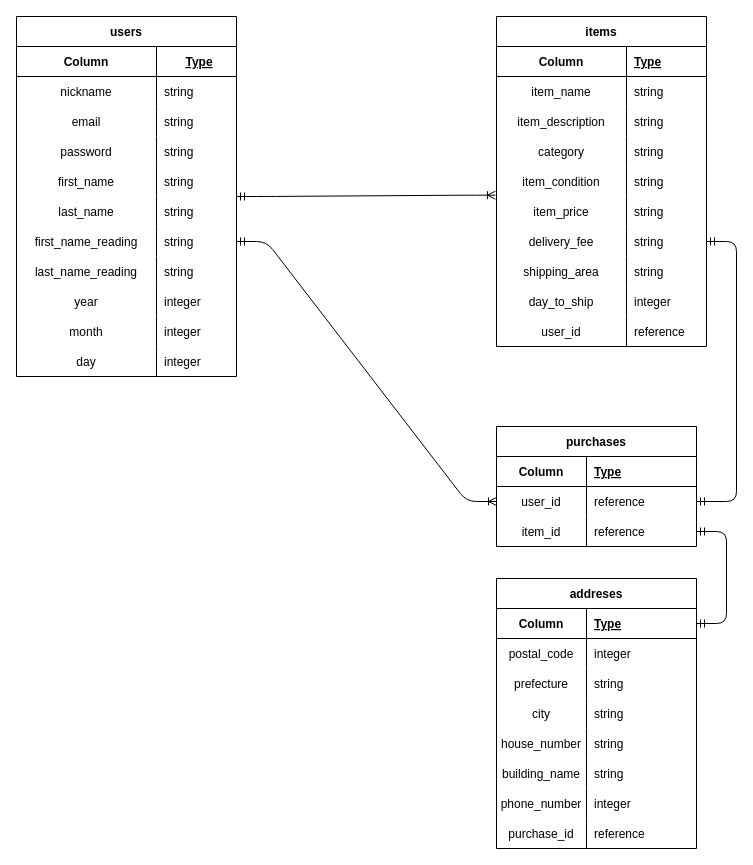
kpen-3104/furima-34565 keeps this draw.io diagram as tables.dio. Above is the earlier version. Source tidied: cells renumbered, new cells numbered last; positions are measured from the earlier drawing's top-left corner, leaving out a move shared by most shapes. Both pictures are drawn from the tidied source at 100%, with x=0, y=0 at pixel (16, 16).
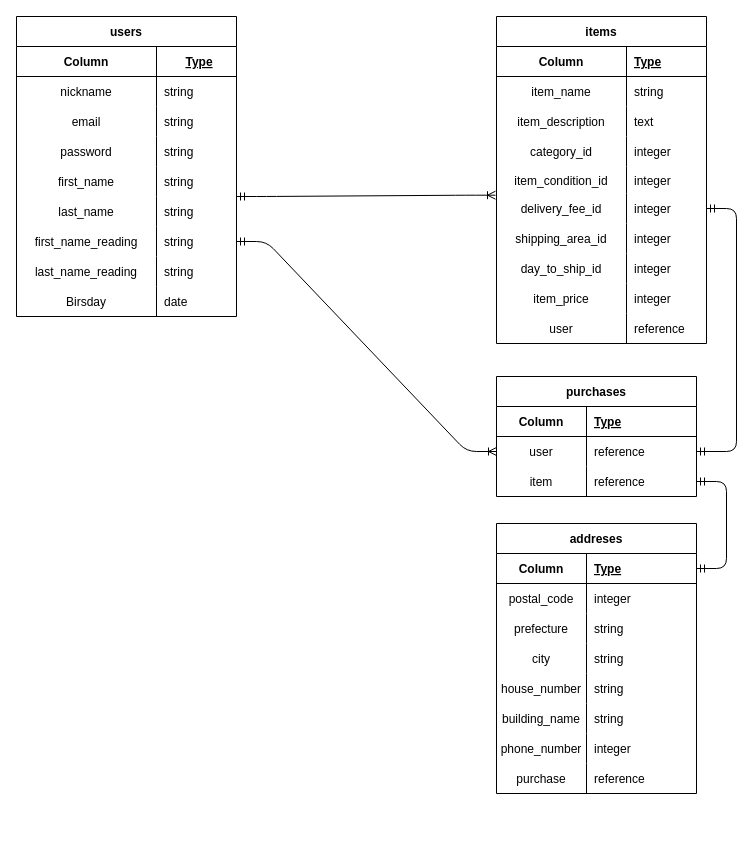
After the change.

Commit message (it also covers changes not shown here):
データベース設計の修正

The change refers to these unchanged cells:
```xml
<mxCell id="27" style="shape=partialRectangle;fillColor=none;top=0;left=0;bottom=0;right=0;" parent="2" vertex="1">
  <mxGeometry y="270" width="220" height="30" as="geometry" />
</mxCell>
<mxCell id="43" style="shape=partialRectangle;fillColor=none;top=0;left=0;bottom=0;right=0;" parent="36" vertex="1">
  <mxGeometry y="90" width="210" height="30" as="geometry" />
</mxCell>
<mxCell id="46" style="shape=partialRectangle;fillColor=none;top=0;left=0;bottom=0;right=0;" parent="36" vertex="1">
  <mxGeometry y="120" width="210" height="30" as="geometry" />
</mxCell>
<mxCell id="71" style="shape=partialRectangle;fillColor=none;top=0;left=0;bottom=0;right=0;points=[[0,0.5],[1,0.5]];portConstraint=eastwest;" parent="67" vertex="1">
  <mxGeometry y="60" width="200" height="30" as="geometry" />
</mxCell>
<mxCell id="74" style="shape=partialRectangle;fillColor=none;top=0;left=0;bottom=0;right=0;points=[[0,0.5],[1,0.5]];portConstraint=eastwest;" parent="67" vertex="1">
  <mxGeometry y="90" width="200" height="30" as="geometry" />
</mxCell>
<mxCell id="99" style="shape=partialRectangle;fillColor=none;top=0;left=0;bottom=0;right=0;" parent="77" vertex="1">
  <mxGeometry y="240" width="200" height="30" as="geometry" />
</mxCell>
```

Change to the diagram source:
```diff
@@
     <mxCell id="2" value="users" style="shape=table;startSize=30;childLayout=tableLayout;rowLines=0;fontStyle=1;align=center;" parent="1" vertex="1">
-      <mxGeometry width="220" height="360" as="geometry" />
+      <mxGeometry width="220" height="300" as="geometry" />
     </mxCell>
@@
-    <mxCell id="28" value="year" style="shape=partialRectangle;fillColor=none;top=0;left=0;bottom=0;right=0;overflow=hidden;" parent="27" vertex="1">
+    <mxCell id="28" value="Birsday" style="shape=partialRectangle;fillColor=none;top=0;left=0;bottom=0;right=0;overflow=hidden;" parent="27" vertex="1">
       <mxGeometry width="140" height="30" as="geometry" />
     </mxCell>
-    <mxCell id="29" value="integer" style="shape=partialRectangle;fillColor=none;top=0;left=0;bottom=0;right=0;align=left;spacingLeft=6;overflow=hidden;" parent="27" vertex="1">
+    <mxCell id="29" value="date" style="shape=partialRectangle;fillColor=none;top=0;left=0;bottom=0;right=0;align=left;spacingLeft=6;overflow=hidden;" parent="27" vertex="1">
       <mxGeometry x="140" width="80" height="30" as="geometry" />
     </mxCell>
-    <mxCell id="30" style="shape=partialRectangle;fillColor=none;top=0;left=0;bottom=0;right=0;" parent="2" vertex="1">
-      <mxGeometry y="300" width="220" height="30" as="geometry" />
-    </mxCell>
-    <mxCell id="31" value="month" style="shape=partialRectangle;fillColor=none;top=0;left=0;bottom=0;right=0;overflow=hidden;" parent="30" vertex="1">
-      <mxGeometry width="140" height="30" as="geometry" />
-    </mxCell>
-    <mxCell id="32" value="integer" style="shape=partialRectangle;fillColor=none;top=0;left=0;bottom=0;right=0;align=left;spacingLeft=6;overflow=hidden;" parent="30" vertex="1">
-      <mxGeometry x="140" width="80" height="30" as="geometry" />
-    </mxCell>
-    <mxCell id="33" style="shape=partialRectangle;fillColor=none;top=0;left=0;bottom=0;right=0;" parent="2" vertex="1">
-      <mxGeometry y="330" width="220" height="30" as="geometry" />
-    </mxCell>
-    <mxCell id="34" value="day" style="shape=partialRectangle;fillColor=none;top=0;left=0;bottom=0;right=0;overflow=hidden;" parent="33" vertex="1">
-      <mxGeometry width="140" height="30" as="geometry" />
-    </mxCell>
-    <mxCell id="35" value="integer" style="shape=partialRectangle;fillColor=none;top=0;left=0;bottom=0;right=0;align=left;spacingLeft=6;overflow=hidden;" parent="33" vertex="1">
-      <mxGeometry x="140" width="80" height="30" as="geometry" />
-    </mxCell>
     <mxCell id="36" value="items" style="shape=table;startSize=30;childLayout=tableLayout;rowLines=0;fontStyle=1;align=center;" parent="1" vertex="1">
-      <mxGeometry x="480" width="210" height="330" as="geometry" />
+      <mxGeometry x="480" width="210" height="327" as="geometry" />
     </mxCell>
@@
-    <mxCell id="45" value="string" style="shape=partialRectangle;fillColor=none;top=0;left=0;bottom=0;right=0;align=left;spacingLeft=6;overflow=hidden;" parent="43" vertex="1">
+    <mxCell id="45" value="text" style="shape=partialRectangle;fillColor=none;top=0;left=0;bottom=0;right=0;align=left;spacingLeft=6;overflow=hidden;" parent="43" vertex="1">
       <mxGeometry x="130" width="80" height="30" as="geometry" />
     </mxCell>
@@
-    <mxCell id="47" value="category" style="shape=partialRectangle;fillColor=none;top=0;left=0;bottom=0;right=0;overflow=hidden;" parent="46" vertex="1">
+    <mxCell id="47" value="category_id" style="shape=partialRectangle;fillColor=none;top=0;left=0;bottom=0;right=0;overflow=hidden;" parent="46" vertex="1">
       <mxGeometry width="130" height="30" as="geometry" />
     </mxCell>
-    <mxCell id="48" value="string" style="shape=partialRectangle;fillColor=none;top=0;left=0;bottom=0;right=0;align=left;spacingLeft=6;overflow=hidden;" parent="46" vertex="1">
+    <mxCell id="48" value="integer" style="shape=partialRectangle;fillColor=none;top=0;left=0;bottom=0;right=0;align=left;spacingLeft=6;overflow=hidden;" parent="46" vertex="1">
       <mxGeometry x="130" width="80" height="30" as="geometry" />
     </mxCell>
     <mxCell id="49" style="shape=partialRectangle;fillColor=none;top=0;left=0;bottom=0;right=0;" parent="36" vertex="1">
-      <mxGeometry y="150" width="210" height="30" as="geometry" />
+      <mxGeometry y="150" width="210" height="27" as="geometry" />
     </mxCell>
-    <mxCell id="50" value="item_condition" style="shape=partialRectangle;fillColor=none;top=0;left=0;bottom=0;right=0;overflow=hidden;" parent="49" vertex="1">
-      <mxGeometry width="130" height="30" as="geometry" />
+    <mxCell id="50" value="item_condition_id" style="shape=partialRectangle;fillColor=none;top=0;left=0;bottom=0;right=0;overflow=hidden;" parent="49" vertex="1">
+      <mxGeometry width="130" height="27" as="geometry" />
     </mxCell>
-    <mxCell id="51" value="string" style="shape=partialRectangle;fillColor=none;top=0;left=0;bottom=0;right=0;align=left;spacingLeft=6;overflow=hidden;" parent="49" vertex="1">
-      <mxGeometry x="130" width="80" height="30" as="geometry" />
+    <mxCell id="51" value="integer" style="shape=partialRectangle;fillColor=none;top=0;left=0;bottom=0;right=0;align=left;spacingLeft=6;overflow=hidden;" parent="49" vertex="1">
+      <mxGeometry x="130" width="80" height="27" as="geometry" />
     </mxCell>
-    <mxCell id="52" style="shape=partialRectangle;fillColor=none;top=0;left=0;bottom=0;right=0;points=[[0,0.5],[1,0.5]];portConstraint=eastwest;" parent="36" vertex="1">
-      <mxGeometry y="180" width="210" height="30" as="geometry" />
-    </mxCell>
-    <mxCell id="53" value="item_price" style="shape=partialRectangle;fillColor=none;top=0;left=0;bottom=0;right=0;overflow=hidden;" parent="52" vertex="1">
-      <mxGeometry width="130" height="30" as="geometry" />
-    </mxCell>
-    <mxCell id="54" value="string" style="shape=partialRectangle;fillColor=none;top=0;left=0;bottom=0;right=0;align=left;spacingLeft=6;overflow=hidden;" parent="52" vertex="1">
-      <mxGeometry x="130" width="80" height="30" as="geometry" />
-    </mxCell>
     <mxCell id="55" style="shape=partialRectangle;fillColor=none;top=0;left=0;bottom=0;right=0;points=[[0,0.5],[1,0.5]];portConstraint=eastwest;" parent="36" vertex="1">
-      <mxGeometry y="210" width="210" height="30" as="geometry" />
+      <mxGeometry y="177" width="210" height="30" as="geometry" />
     </mxCell>
-    <mxCell id="56" value="delivery_fee" style="shape=partialRectangle;fillColor=none;top=0;left=0;bottom=0;right=0;overflow=hidden;" parent="55" vertex="1">
+    <mxCell id="56" value="delivery_fee_id" style="shape=partialRectangle;fillColor=none;top=0;left=0;bottom=0;right=0;overflow=hidden;" parent="55" vertex="1">
       <mxGeometry width="130" height="30" as="geometry" />
     </mxCell>
-    <mxCell id="57" value="string" style="shape=partialRectangle;fillColor=none;top=0;left=0;bottom=0;right=0;align=left;spacingLeft=6;overflow=hidden;" parent="55" vertex="1">
+    <mxCell id="57" value="integer" style="shape=partialRectangle;fillColor=none;top=0;left=0;bottom=0;right=0;align=left;spacingLeft=6;overflow=hidden;" parent="55" vertex="1">
       <mxGeometry x="130" width="80" height="30" as="geometry" />
     </mxCell>
     <mxCell id="58" style="shape=partialRectangle;fillColor=none;top=0;left=0;bottom=0;right=0;" parent="36" vertex="1">
-      <mxGeometry y="240" width="210" height="30" as="geometry" />
+      <mxGeometry y="207" width="210" height="30" as="geometry" />
     </mxCell>
-    <mxCell id="59" value="shipping_area" style="shape=partialRectangle;fillColor=none;top=0;left=0;bottom=0;right=0;overflow=hidden;" parent="58" vertex="1">
+    <mxCell id="59" value="shipping_area_id" style="shape=partialRectangle;fillColor=none;top=0;left=0;bottom=0;right=0;overflow=hidden;" parent="58" vertex="1">
       <mxGeometry width="130" height="30" as="geometry" />
     </mxCell>
-    <mxCell id="60" value="string" style="shape=partialRectangle;fillColor=none;top=0;left=0;bottom=0;right=0;align=left;spacingLeft=6;overflow=hidden;" parent="58" vertex="1">
+    <mxCell id="60" value="integer" style="shape=partialRectangle;fillColor=none;top=0;left=0;bottom=0;right=0;align=left;spacingLeft=6;overflow=hidden;" parent="58" vertex="1">
       <mxGeometry x="130" width="80" height="30" as="geometry" />
     </mxCell>
     <mxCell id="61" style="shape=partialRectangle;fillColor=none;top=0;left=0;bottom=0;right=0;" parent="36" vertex="1">
-      <mxGeometry y="270" width="210" height="30" as="geometry" />
+      <mxGeometry y="237" width="210" height="30" as="geometry" />
     </mxCell>
-    <mxCell id="62" value="day_to_ship" style="shape=partialRectangle;fillColor=none;top=0;left=0;bottom=0;right=0;overflow=hidden;" parent="61" vertex="1">
+    <mxCell id="62" value="day_to_ship_id" style="shape=partialRectangle;fillColor=none;top=0;left=0;bottom=0;right=0;overflow=hidden;" parent="61" vertex="1">
       <mxGeometry width="130" height="30" as="geometry" />
     </mxCell>
@@
+    <mxCell id="106" style="shape=partialRectangle;fillColor=none;top=0;left=0;bottom=0;right=0;" parent="36" vertex="1">
+      <mxGeometry y="267" width="210" height="30" as="geometry" />
+    </mxCell>
+    <mxCell id="53" value="item_price" style="shape=partialRectangle;fillColor=none;top=0;left=0;bottom=0;right=0;overflow=hidden;" parent="106" vertex="1">
+      <mxGeometry width="130" height="30" as="geometry" />
+    </mxCell>
+    <mxCell id="107" value="integer" style="shape=partialRectangle;fillColor=none;top=0;left=0;bottom=0;right=0;align=left;spacingLeft=6;overflow=hidden;" parent="106" vertex="1">
+      <mxGeometry x="130" width="80" height="30" as="geometry" />
+    </mxCell>
     <mxCell id="64" style="shape=partialRectangle;fillColor=none;top=0;left=0;bottom=0;right=0;" parent="36" vertex="1">
-      <mxGeometry y="300" width="210" height="30" as="geometry" />
+      <mxGeometry y="297" width="210" height="30" as="geometry" />
     </mxCell>
-    <mxCell id="65" value="user_id" style="shape=partialRectangle;fillColor=none;top=0;left=0;bottom=0;right=0;overflow=hidden;" parent="64" vertex="1">
+    <mxCell id="65" value="user" style="shape=partialRectangle;fillColor=none;top=0;left=0;bottom=0;right=0;overflow=hidden;" parent="64" vertex="1">
       <mxGeometry width="130" height="30" as="geometry" />
     </mxCell>
@@
     <mxCell id="67" value="purchases" style="shape=table;startSize=30;childLayout=tableLayout;rowLines=0;fontStyle=1;align=center;fillColor=none;" parent="1" vertex="1">
-      <mxGeometry x="480" y="410" width="200" height="120" as="geometry" />
+      <mxGeometry x="480" y="360" width="200" height="120" as="geometry" />
     </mxCell>
@@
-    <mxCell id="72" value="user_id" style="shape=partialRectangle;fillColor=none;top=0;left=0;bottom=0;right=0;overflow=hidden;" parent="71" vertex="1">
+    <mxCell id="72" value="user" style="shape=partialRectangle;fillColor=none;top=0;left=0;bottom=0;right=0;overflow=hidden;" parent="71" vertex="1">
       <mxGeometry width="90" height="30" as="geometry" />
     </mxCell>
@@
-    <mxCell id="75" value="item_id" style="shape=partialRectangle;fillColor=none;top=0;left=0;bottom=0;right=0;overflow=hidden;" parent="74" vertex="1">
+    <mxCell id="75" value="item" style="shape=partialRectangle;fillColor=none;top=0;left=0;bottom=0;right=0;overflow=hidden;" parent="74" vertex="1">
       <mxGeometry width="90" height="30" as="geometry" />
     </mxCell>
@@
     <mxCell id="77" value="addreses" style="shape=table;startSize=30;childLayout=tableLayout;rowLines=0;fontStyle=1;align=center;fillColor=none;" parent="1" vertex="1">
-      <mxGeometry x="480" y="562" width="200" height="270" as="geometry" />
+      <mxGeometry x="480" y="507" width="200" height="270" as="geometry" />
     </mxCell>
@@
-    <mxCell id="100" value="purchase_id" style="shape=partialRectangle;fillColor=none;top=0;left=0;bottom=0;right=0;overflow=hidden;" parent="99" vertex="1">
+    <mxCell id="100" value="purchase" style="shape=partialRectangle;fillColor=none;top=0;left=0;bottom=0;right=0;overflow=hidden;" parent="99" vertex="1">
       <mxGeometry width="90" height="30" as="geometry" />
     </mxCell>
@@
-    <mxCell id="104" style="edgeStyle=entityRelationEdgeStyle;fontSize=12;html=1;endArrow=ERoneToMany;startArrow=ERmandOne;entryX=-0.005;entryY=-0.044;entryDx=0;entryDy=0;entryPerimeter=0;" parent="1" edge="1" target="52">
+    <mxCell id="104" style="edgeStyle=entityRelationEdgeStyle;fontSize=12;html=1;endArrow=ERoneToMany;startArrow=ERmandOne;entryX=-0.005;entryY=-0.044;entryDx=0;entryDy=0;entryPerimeter=0;" parent="1" edge="1">
       <mxGeometry relative="1" as="geometry">
         <mxPoint x="220" y="180" as="sourcePoint" />
+        <mxPoint x="479" y="178.7" as="targetPoint" />
       </mxGeometry>
     </mxCell>
```
